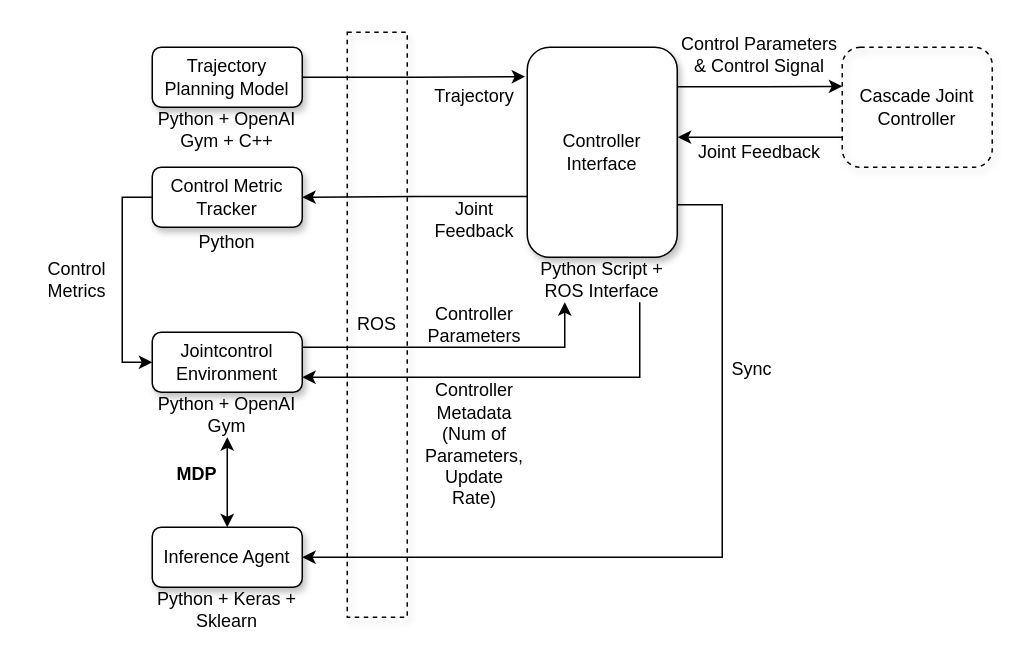
This is systemMockup.drawio from SimonSchwaiger/RL-for-Controller-Parameter-Estimation, a draw.io file, before an edit. Source tidied: cells renumbered, new cells numbered last; positions are measured from the earlier drawing's top-left corner, leaving out a move shared by most shapes. Both pictures are drawn from the tidied source at 150%, with x=0, y=0 at pixel (32, 32).
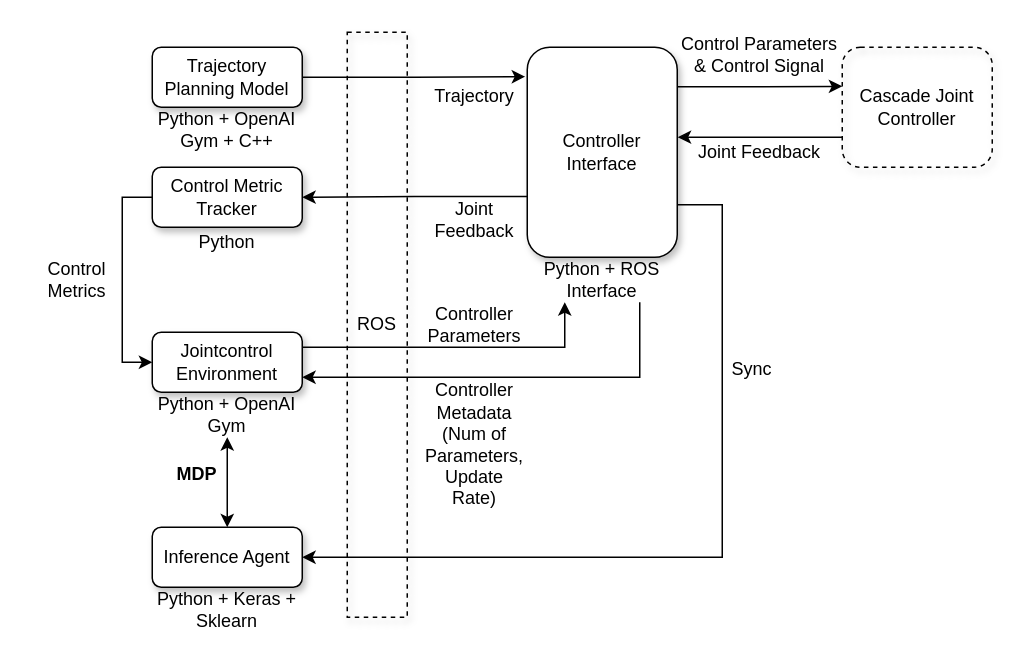
Above is the later version.

Commit message:
Update System Mockup

Diff of the diagram source:
```diff
@@
-    <mxCell id="8" value="Python Script + ROS Interface" style="text;html=1;strokeColor=none;fillColor=none;align=center;verticalAlign=middle;whiteSpace=wrap;rounded=0;shadow=1;" parent="1" vertex="1">
+    <mxCell id="8" value="Python&amp;nbsp;+ ROS Interface" style="text;html=1;strokeColor=none;fillColor=none;align=center;verticalAlign=middle;whiteSpace=wrap;rounded=0;shadow=1;" parent="1" vertex="1">
       <mxGeometry x="330" y="150" width="100" height="30" as="geometry" />
     </mxCell>
```
